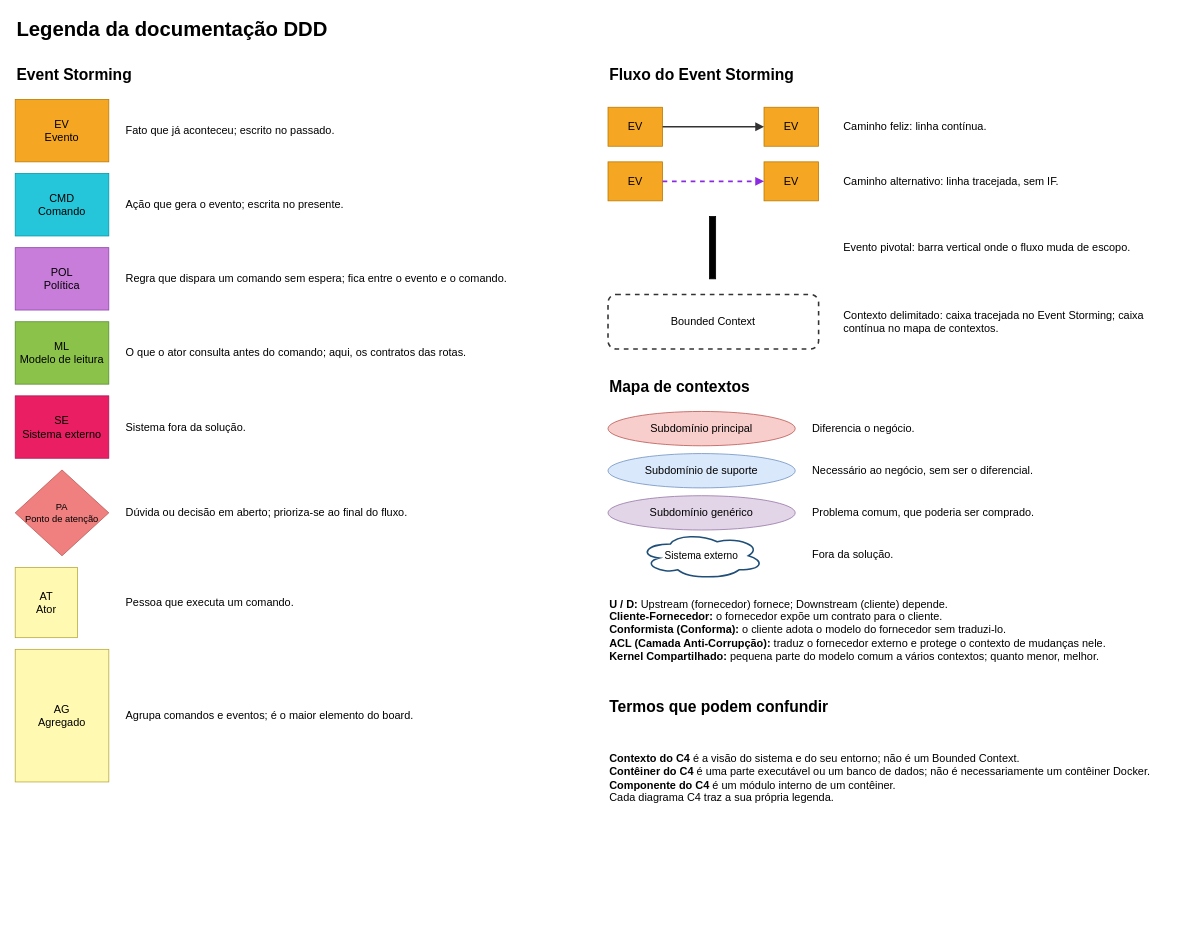
This is page "Legenda" (2 of 11) of docs/ddd/workshop-ddd.drawio from ArkTech-LVW/workshop-service, a draw.io file, before an edit. Source tidied: cells renumbered, new cells numbered last; positions are measured from the earlier drawing's top-left corner, leaving out a move shared by most shapes. Both pictures are drawn from the tidied source at 78%, with x=0, y=0 at pixel (15, 13).
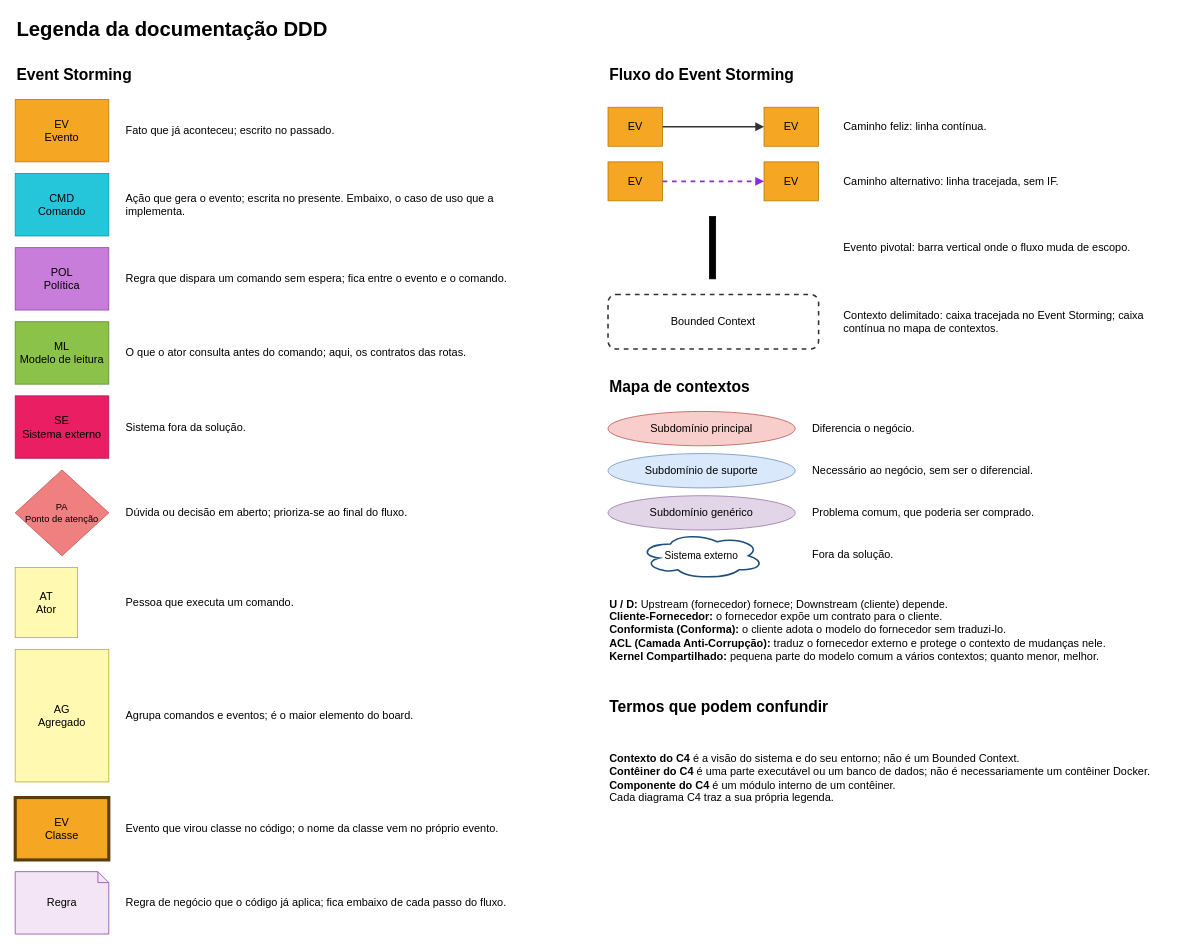
The same diagram, later.

Diff of the diagram source:
```diff
@@
-    <mxCell id="7" value="Ação que gera o evento; escrita no presente." style="text;html=1;whiteSpace=wrap;strokeColor=none;fillColor=none;align=left;verticalAlign=middle;fontSize=14;fontStyle=0;" parent="1" vertex="1">
+    <mxCell id="7" value="Ação que gera o evento; escrita no presente. Embaixo, o caso de uso que a implementa." style="text;html=1;whiteSpace=wrap;strokeColor=none;fillColor=none;align=left;verticalAlign=middle;fontSize=14;fontStyle=0;" parent="1" vertex="1">
       <mxGeometry x="140" y="205" width="520" height="80" as="geometry" />
     </mxCell>
@@
+    <mxCell id="45" value="EV&lt;br&gt;Classe" style="rounded=0;whiteSpace=wrap;html=1;fontSize=14;verticalAlign=middle;fillColor=#f5a623;strokeColor=#5c3d00;strokeWidth=4;" parent="1" vertex="1">
+      <mxGeometry y="1005" width="120" height="80" as="geometry" />
+    </mxCell>
+    <mxCell id="46" value="Evento que virou classe no código; o nome da classe vem no próprio evento." style="text;html=1;whiteSpace=wrap;strokeColor=none;fillColor=none;align=left;verticalAlign=middle;fontSize=14;fontStyle=0;" parent="1" vertex="1">
+      <mxGeometry x="140" y="1005" width="520" height="80" as="geometry" />
+    </mxCell>
+    <mxCell id="47" value="Regra" style="shape=note;size=14;whiteSpace=wrap;html=1;fillColor=#f3e5f5;strokeColor=#8e44ad;fontSize=14;verticalAlign=middle;" parent="1" vertex="1">
+      <mxGeometry y="1100" width="120" height="80" as="geometry" />
+    </mxCell>
+    <mxCell id="48" value="Regra de negócio que o código já aplica; fica embaixo de cada passo do fluxo." style="text;html=1;whiteSpace=wrap;strokeColor=none;fillColor=none;align=left;verticalAlign=middle;fontSize=14;fontStyle=0;" parent="1" vertex="1">
+      <mxGeometry x="140" y="1100" width="520" height="80" as="geometry" />
+    </mxCell>
```
